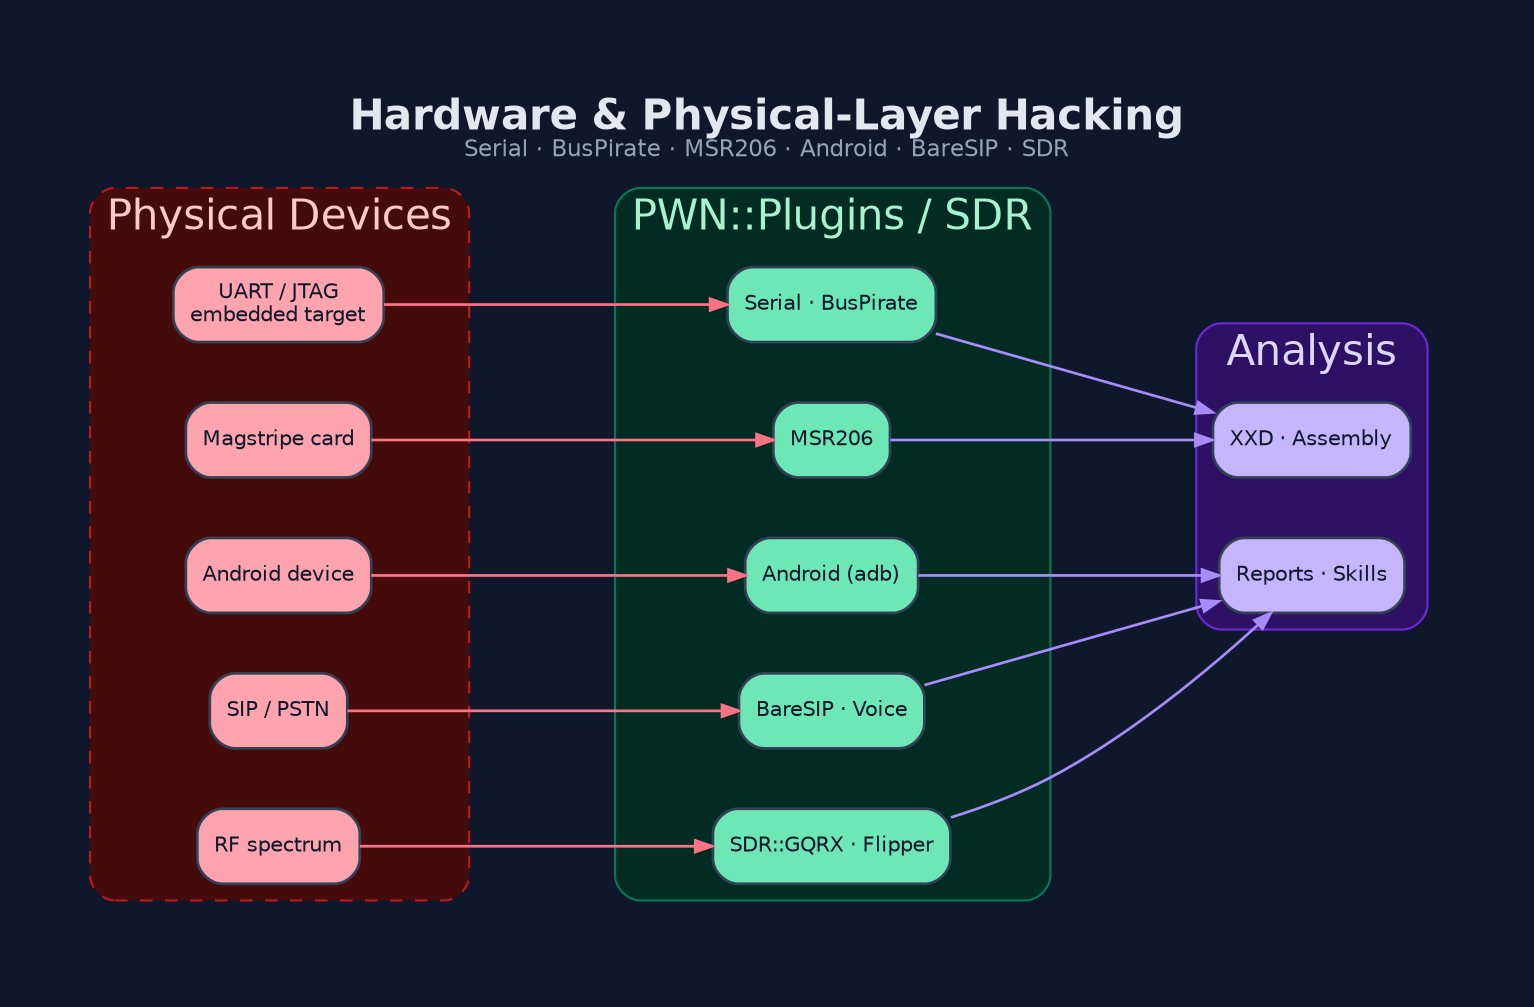
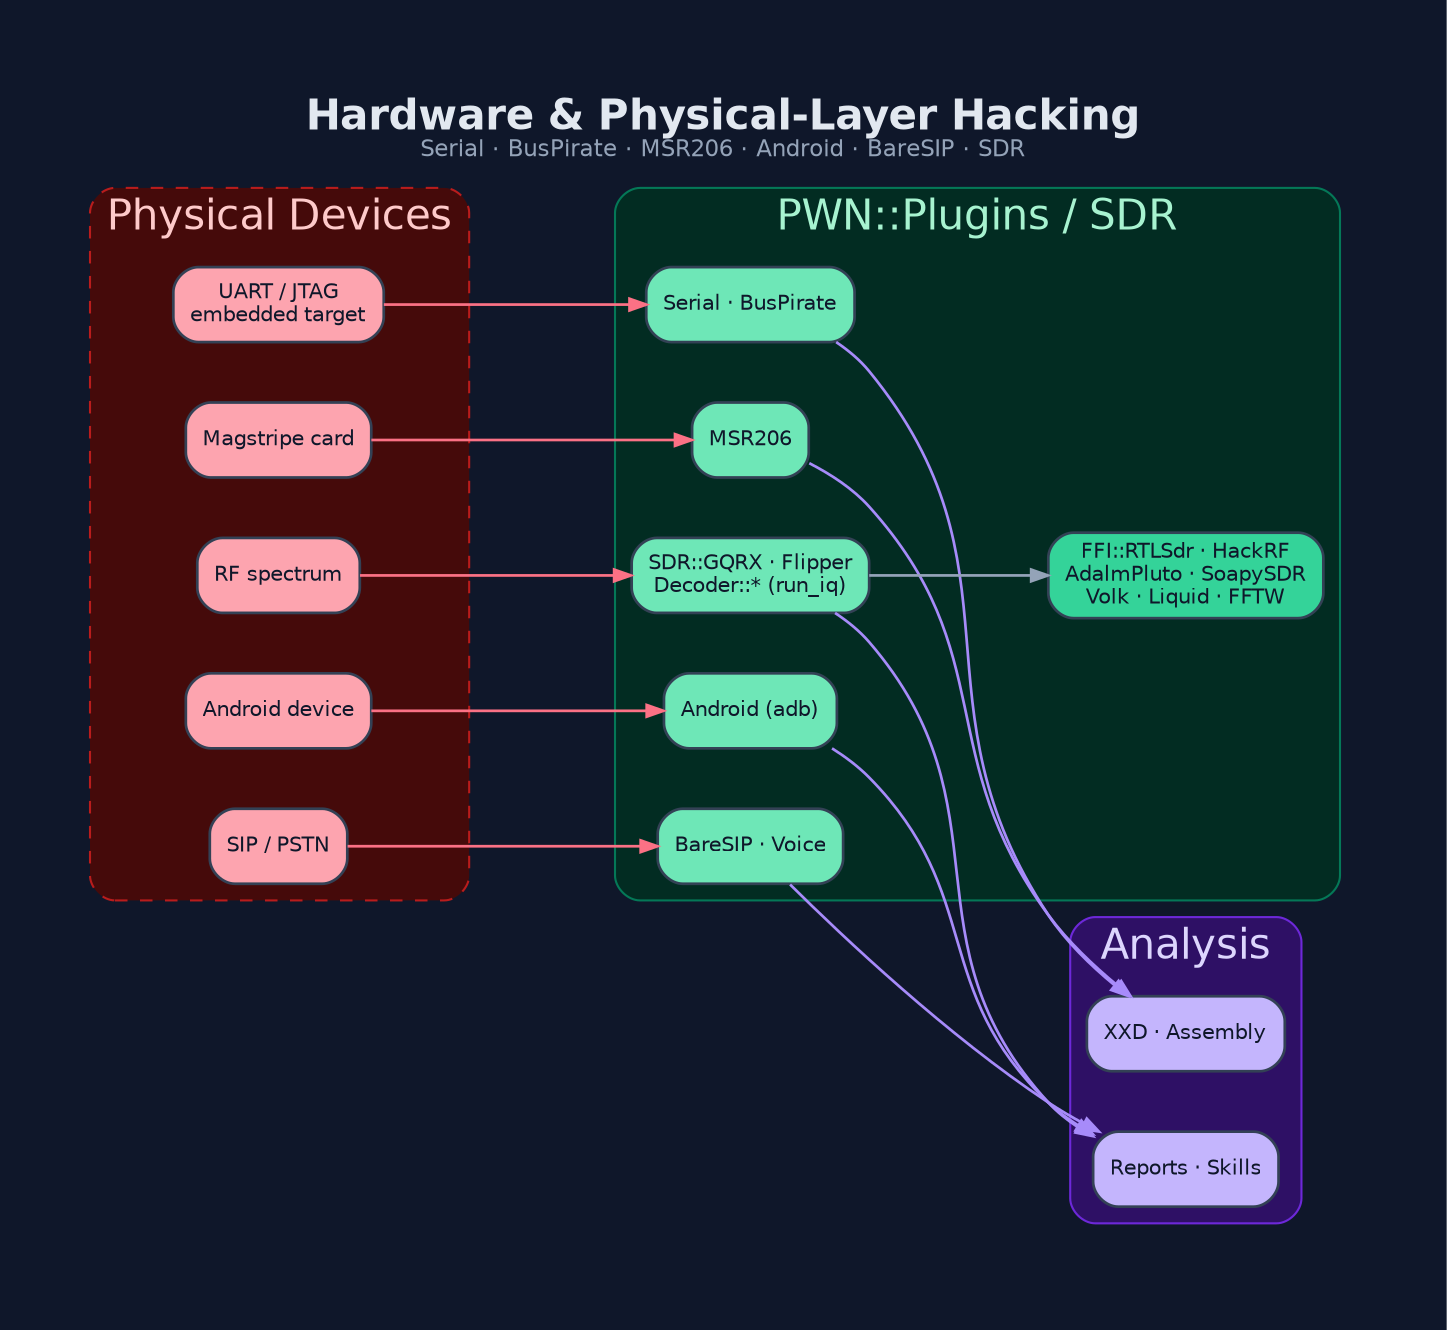
digraph "PWN_Hardware" {
  graph [
    label=<<B>Hardware &amp; Physical-Layer Hacking</B><BR/><FONT POINT-SIZE="11" COLOR="#94a3b8">Serial · BusPirate · MSR206 · Android · BareSIP · SDR</FONT>>,
    labelloc=t, fontsize=20, fontname="Helvetica",
    rankdir=LR, splines=spline, nodesep=0.4, ranksep=1.2,
    bgcolor="#0f172a", fontcolor="#e2e8f0", pad=0.6, newrank=true
  ];
  node [fontname="Helvetica", fontsize=10, style="filled,rounded",
        shape=box, penwidth=1.3, color="#334155", fontcolor="#0f172a"];
  edge [fontname="Helvetica", fontsize=9, color="#94a3b8",
        fontcolor="#cbd5e1", penwidth=1.3, arrowsize=0.8];

  subgraph cluster_dev {
    label="Physical Devices"; fontcolor="#fecaca"; style="rounded,dashed";
    color="#b91c1c"; bgcolor="#450a0a";
    Uart  [label="UART / JTAG\nembedded target", fillcolor="#fda4af"];
    Mag   [label="Magstripe card",               fillcolor="#fda4af"];
    Phone [label="Android device",               fillcolor="#fda4af"];
    VoIP  [label="SIP / PSTN",                   fillcolor="#fda4af"];
    RF    [label="RF spectrum",                  fillcolor="#fda4af"];
  }
  subgraph cluster_pl {
    label="PWN::Plugins / SDR"; fontcolor="#a7f3d0"; style=rounded;
    color="#047857"; bgcolor="#022c22";
    Serial [label="Serial · BusPirate", fillcolor="#6ee7b7"];
    MSR    [label="MSR206",             fillcolor="#6ee7b7"];
    Adb    [label="Android (adb)",      fillcolor="#6ee7b7"];
    Sip    [label="BareSIP · Voice",    fillcolor="#6ee7b7"];
-     Sdr    [label="SDR::GQRX · Flipper",fillcolor="#6ee7b7"];
+     Sdr    [label="SDR::GQRX · Flipper\nDecoder::* (run_iq)",fillcolor="#6ee7b7"];
+     FfiSdr [label="FFI::RTLSdr · HackRF\nAdalmPluto · SoapySDR\nVolk · Liquid · FFTW",fillcolor="#34d399"];
+     Sdr -> FfiSdr;
  }
  subgraph cluster_out {
    label="Analysis"; fontcolor="#ddd6fe"; style=rounded;
    color="#6d28d9"; bgcolor="#2e1065";
    XXD [label="XXD · Assembly",     fillcolor="#c4b5fd"];
    Rep [label="Reports · Skills",   fillcolor="#c4b5fd"];
  }

  Uart  -> Serial [color="#fb7185"];
  Mag   -> MSR    [color="#fb7185"];
  Phone -> Adb    [color="#fb7185"];
  VoIP  -> Sip    [color="#fb7185"];
  RF    -> Sdr    [color="#fb7185"];
  Serial -> XXD [color="#a78bfa"];
  MSR    -> XXD [color="#a78bfa"];
  Adb    -> Rep [color="#a78bfa"];
  Sip    -> Rep [color="#a78bfa"];
  Sdr    -> Rep [color="#a78bfa"];
}
